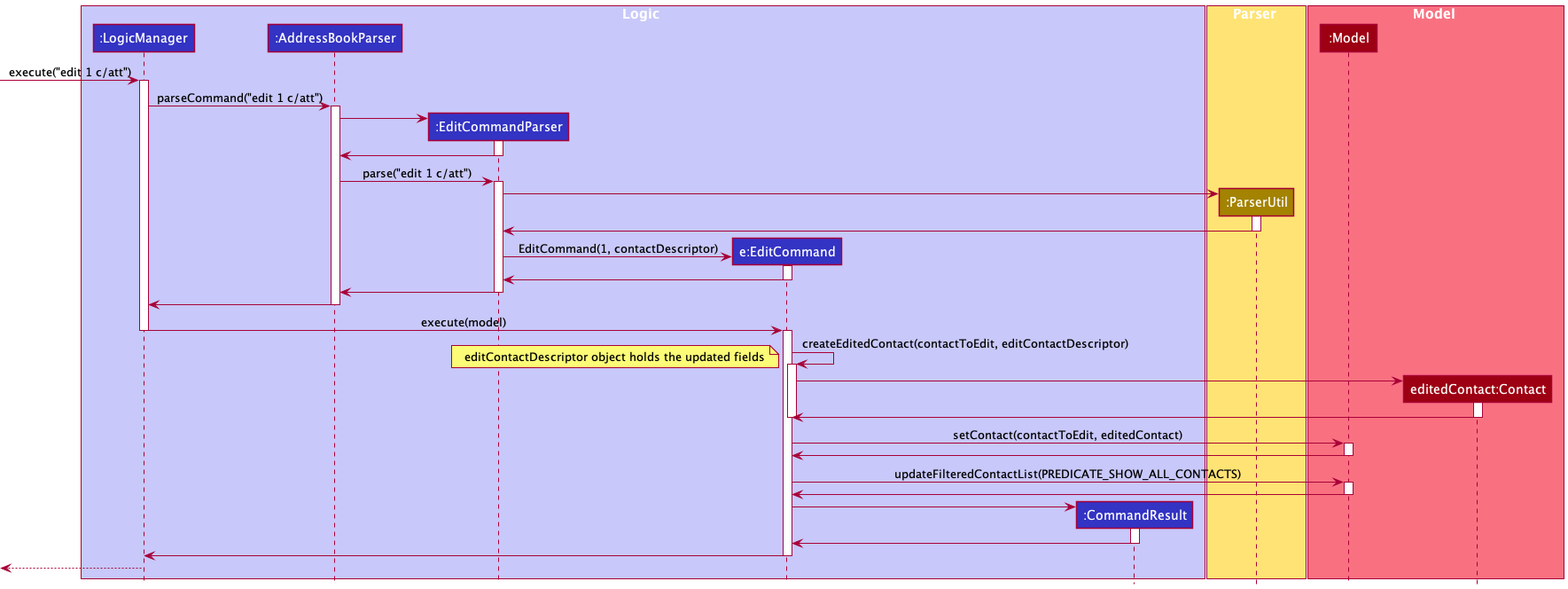
The PlantUML diagram docs/images/EditCategoryCodeSequenceDiagram.png in nus-cs2103-AY2122S1/tp, before a commit. The source it was exported from:
```plantuml
@startuml
!include style.puml

box Logic LOGIC_COLOR_T1
participant ":LogicManager" as LogicManager LOGIC_COLOR
participant ":AddressBookParser" as AddressBookParser LOGIC_COLOR
participant ":EditCommandParser" as EditCommandParser LOGIC_COLOR
participant "e:EditCommand" as EditCommand LOGIC_COLOR
participant ":CommandResult" as CommandResult LOGIC_COLOR
end box

box Parser STORAGE_COLOR_T1
participant ":ParserUtil" as ParserUtil STORAGE_COLOR
end box

box Model MODEL_COLOR_T1
participant ":Model" as Model MODEL_COLOR
participant "editedContact:Contact" as Contact MODEL_COLOR
end box

[-> LogicManager : execute("edit 1 c/att")
activate LogicManager

LogicManager -> AddressBookParser : parseCommand("edit 1 c/att")
activate AddressBookParser

create EditCommandParser
AddressBookParser -> EditCommandParser
activate EditCommandParser

EditCommandParser -> AddressBookParser
deactivate EditCommandParser

AddressBookParser -> EditCommandParser: parse("edit 1 c/att")
activate EditCommandParser

create ParserUtil
EditCommandParser -> ParserUtil
activate ParserUtil

ParserUtil -> EditCommandParser
deactivate ParserUtil

create EditCommand
EditCommandParser -> EditCommand: EditCommand(1, contactDescriptor)
activate EditCommand

EditCommand -> EditCommandParser
deactivate EditCommand

EditCommandParser -> AddressBookParser
deactivate EditCommandParser

AddressBookParser -> LogicManager
deactivate AddressBookParser

LogicManager -> EditCommand: execute(model)
deactivate LogicManager

activate EditCommand
EditCommand -> EditCommand: createEditedContact(contactToEdit, editContactDescriptor)
note bottom: editContactDescriptor object holds the updated fields
activate EditCommand

create Contact
EditCommand -> Contact
activate Contact

Contact -> EditCommand
deactivate Contact
deactivate EditCommand

EditCommand -> Model: setContact(contactToEdit, editedContact)
activate Model

Model -> EditCommand
deactivate Model

EditCommand -> Model: updateFilteredContactList(PREDICATE_SHOW_ALL_CONTACTS)
activate Model

Model -> EditCommand
deactivate Model

create CommandResult
EditCommand -> CommandResult
activate CommandResult

CommandResult -> EditCommand
deactivate CommandResult

EditCommand -> LogicManager
deactivate EditCommand

[<--LogicManager
deactivate LogicManager

@enduml
```
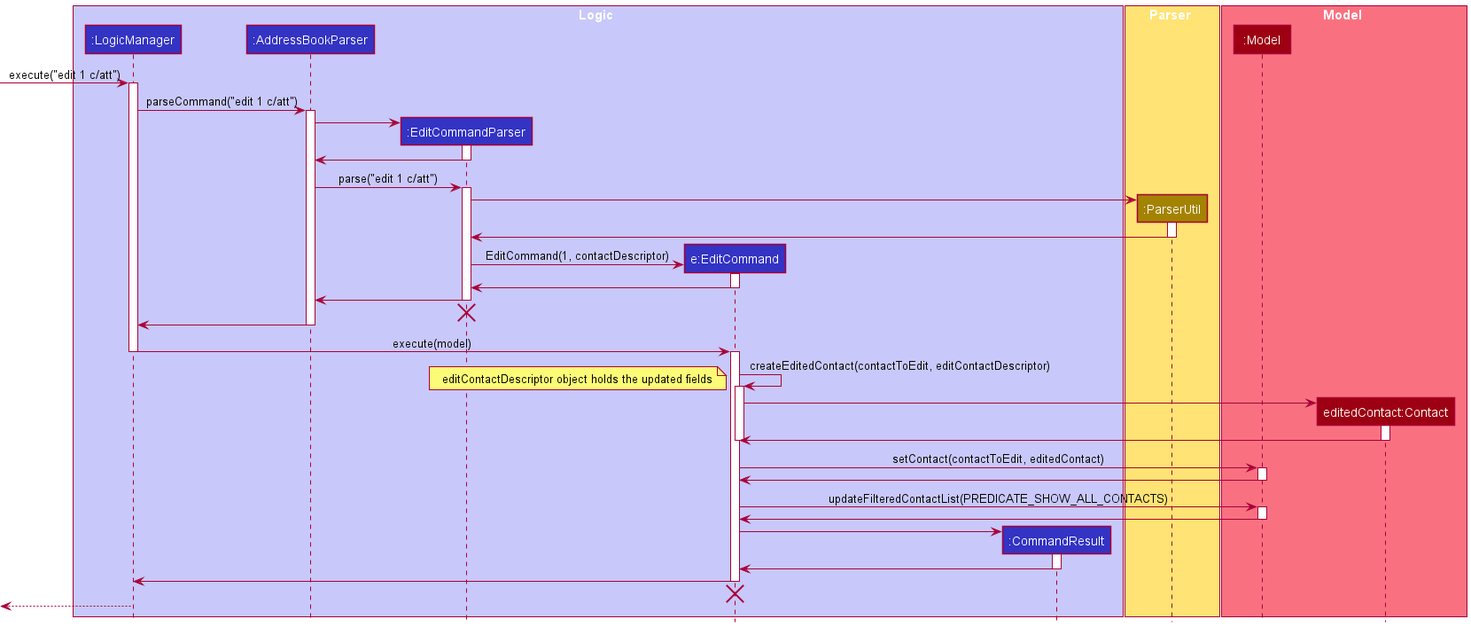
After the change.

The edit, as a diff of the source:
```diff
@@ -50,6 +50,8 @@
 
 EditCommandParser -> AddressBookParser
 deactivate EditCommandParser
+EditCommandParser -[hidden]-> AddressBookParser
+destroy EditCommandParser
 
 AddressBookParser -> LogicManager
 deactivate AddressBookParser
@@ -91,6 +93,8 @@
 
 EditCommand -> LogicManager
 deactivate EditCommand
+EditCommand -[hidden]-> LogicManager
+destroy EditCommand
 
 [<--LogicManager
 deactivate LogicManager
```
